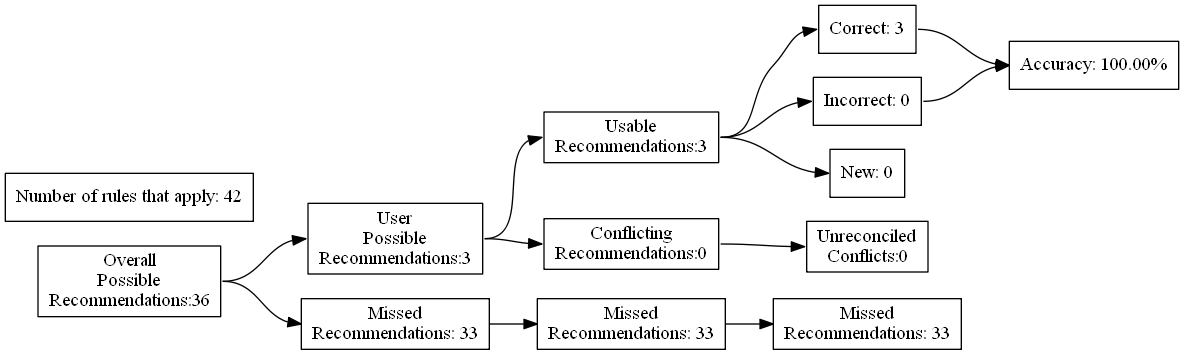
ZaxR/ibd_diet_analysis keeps this Graphviz diagram as test_renders/10.gv.png. Above is the earlier version. Its source is kept beside it as test_renders/10.gv.
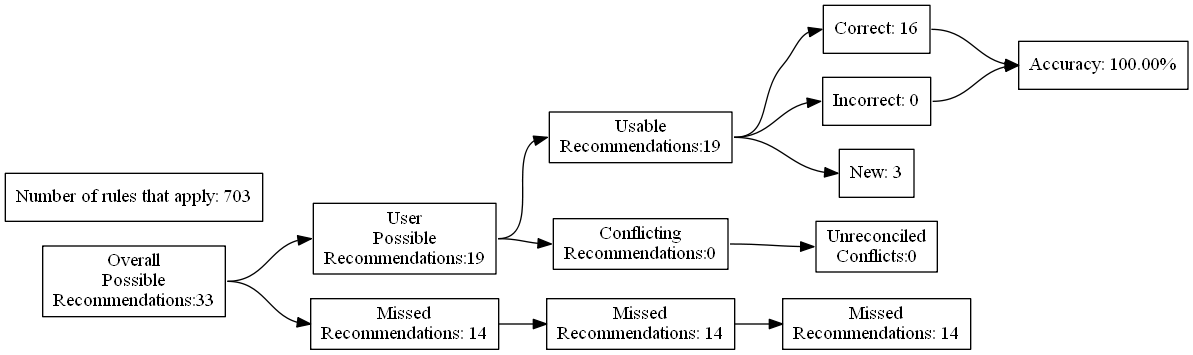
The same diagram one commit later.

What changed in the source:
```diff
@@ -4,27 +4,27 @@
 	edge [headport=w tailport=e]
 		A [label="Overall
 Possible
-Recommendations:36"]
+Recommendations:33"]
 		B [label="User
 Possible
-Recommendations:3"]
+Recommendations:19"]
 		C [label="Missed
-Recommendations: 33"]
+Recommendations: 14"]
 		D [label="Usable
-Recommendations:3"]
+Recommendations:19"]
 		E [label="Conflicting
 Recommendations:0"]
 		J [label="Missed
-Recommendations: 33"]
+Recommendations: 14"]
 		M [label="Unreconciled
 Conflicts:0"]
-		F [label="Correct: 3"]
+		F [label="Correct: 16"]
 		G [label="Incorrect: 0"]
-		H [label="New: 0"]
+		H [label="New: 3"]
 		K [label="Missed
-Recommendations: 33"]
+Recommendations: 14"]
 		I [label="Accuracy: 100.00%"]
-		l [label="Number of rules that apply: 42"]
+		l [label="Number of rules that apply: 703"]
 			A -> B
 			A -> C
 			B -> D
```
